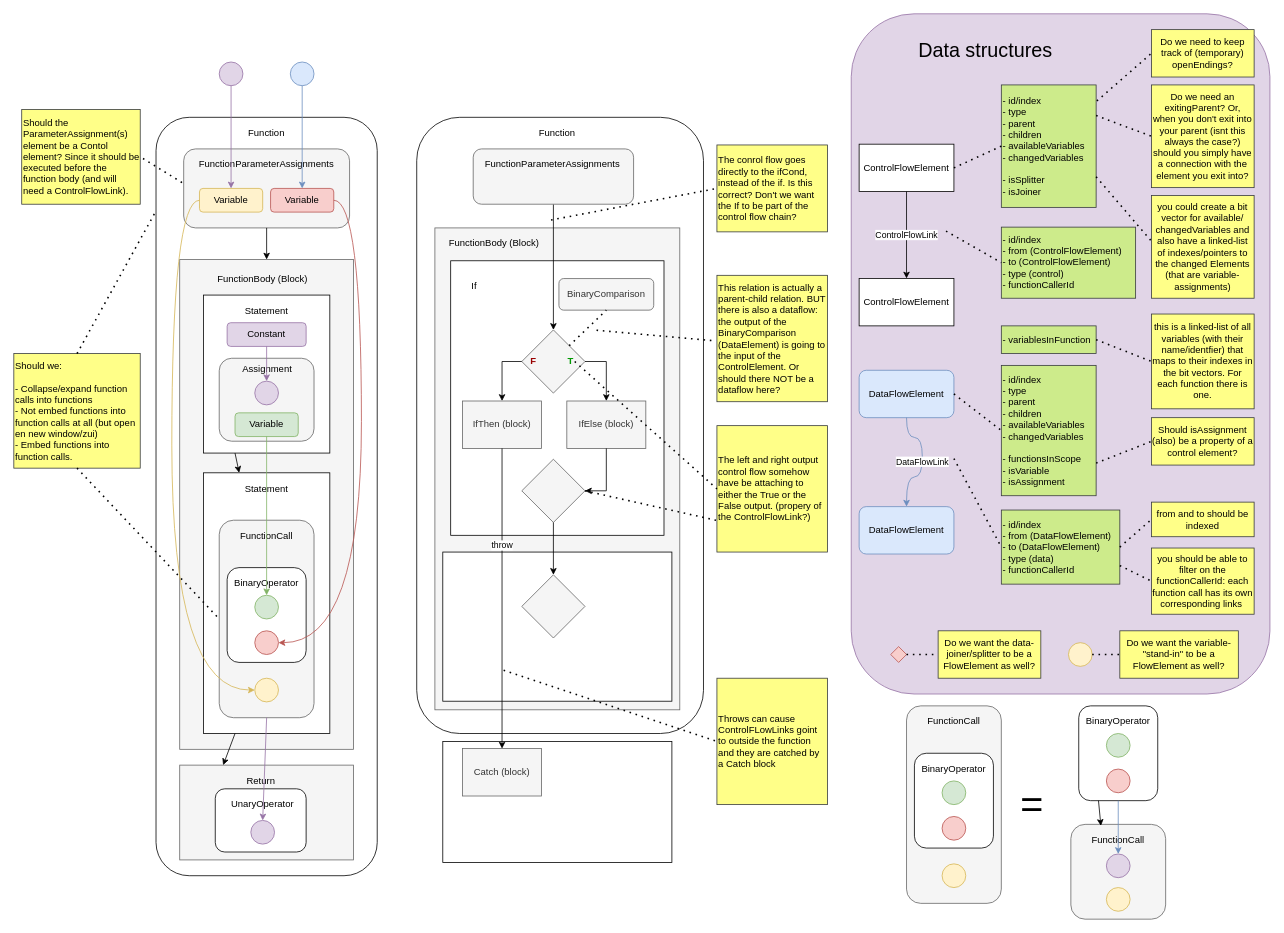
Above: page "Data structure" (1 of 4) of doc/flowify_algoritm_and_data_structures.drawio in visual-trials/flowify (draw.io), before the change. Source tidied: cells renumbered, new cells numbered last; positions are measured from the earlier drawing's top-left corner, leaving out a move shared by most shapes. Both pictures are drawn from the tidied source at 79%, with x=0, y=0 at pixel (13, 13).
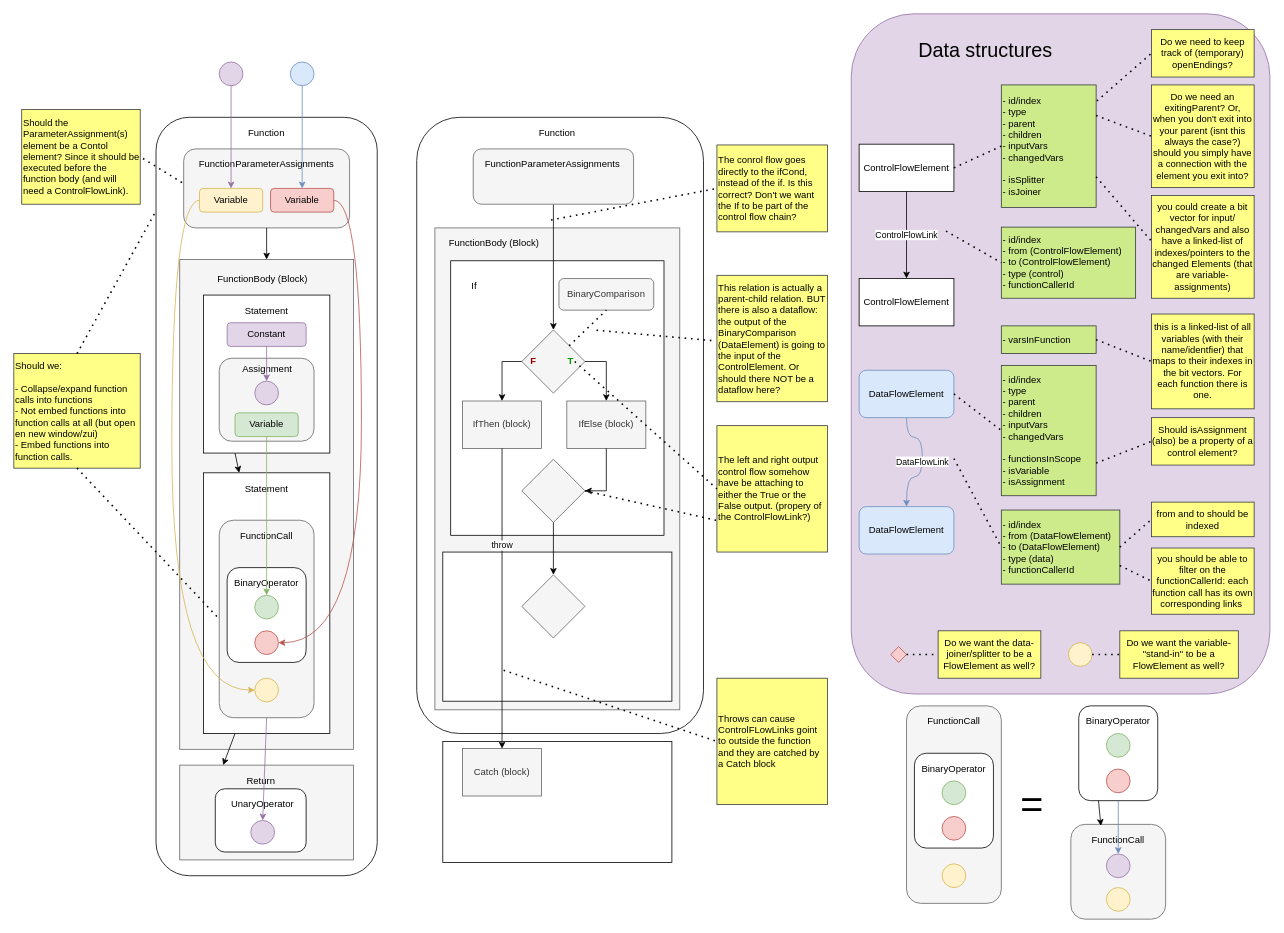
The same page after the edit.

Commit message (it also covers changes not shown here):
updated diagrams with inputVars/changedVars logic

The edit, as a diff of the source:
```diff
@@
-    <mxCell id="44" value="- id/index&lt;br&gt;- type&lt;br&gt;- parent&lt;br&gt;- children&lt;br&gt;- availableVariables&lt;br&gt;- changedVariables&lt;br&gt;&lt;br&gt;- isSplitter&lt;br&gt;- isJoiner&lt;br&gt;" style="rounded=0;whiteSpace=wrap;html=1;fillColor=#cdeb8b;strokeColor=#36393d;align=left;" parent="1" vertex="1">
+    <mxCell id="44" value="- id/index&lt;br&gt;- type&lt;br&gt;- parent&lt;br&gt;- children&lt;br&gt;- inputVars&lt;br&gt;- changedVars&lt;br&gt;&lt;br&gt;- isSplitter&lt;br&gt;- isJoiner" style="rounded=0;whiteSpace=wrap;html=1;fillColor=#cdeb8b;strokeColor=#36393d;align=left;" parent="1" vertex="1">
       <mxGeometry x="1250" y="90" width="120" height="155" as="geometry" />
     </mxCell>
@@
-    <mxCell id="51" value="- id/index&lt;br&gt;- type&lt;br&gt;- parent&lt;br&gt;- children&lt;br&gt;- availableVariables&lt;br&gt;- changedVariables&lt;br&gt;&lt;br&gt;- functionsInScope&lt;br&gt;- isVariable&lt;br&gt;- isAssignment" style="rounded=0;whiteSpace=wrap;html=1;fillColor=#cdeb8b;strokeColor=#36393d;align=left;" parent="1" vertex="1">
+    <mxCell id="51" value="- id/index&lt;br&gt;- type&lt;br&gt;- parent&lt;br&gt;- children&lt;br&gt;- inputVars&lt;br&gt;- changedVars&lt;br&gt;&lt;br&gt;- functionsInScope&lt;br&gt;- isVariable&lt;br&gt;- isAssignment" style="rounded=0;whiteSpace=wrap;html=1;fillColor=#cdeb8b;strokeColor=#36393d;align=left;" parent="1" vertex="1">
       <mxGeometry x="1250" y="445" width="120" height="165" as="geometry" />
     </mxCell>
@@
-    <mxCell id="69" value="- variablesInFunction" style="rounded=0;whiteSpace=wrap;html=1;fillColor=#cdeb8b;strokeColor=#36393d;align=left;" parent="1" vertex="1">
+    <mxCell id="69" value="- varsInFunction" style="rounded=0;whiteSpace=wrap;html=1;fillColor=#cdeb8b;strokeColor=#36393d;align=left;" parent="1" vertex="1">
       <mxGeometry x="1250" y="395" width="120" height="35" as="geometry" />
     </mxCell>
-    <mxCell id="70" value="you could create a bit vector for available/&lt;br&gt;changedVariables and also have a linked-list of indexes/pointers to the changed Elements (that are variable-assignments)" style="rounded=0;whiteSpace=wrap;html=1;fillColor=#ffff88;strokeColor=#36393d;" parent="1" vertex="1">
+    <mxCell id="70" value="you could create a bit vector for input/&lt;br&gt;changedVars and also have a linked-list of indexes/pointers to the changed Elements (that are variable-assignments)" style="rounded=0;whiteSpace=wrap;html=1;fillColor=#ffff88;strokeColor=#36393d;" parent="1" vertex="1">
       <mxGeometry x="1440" y="230" width="130" height="130" as="geometry" />
     </mxCell>
```
